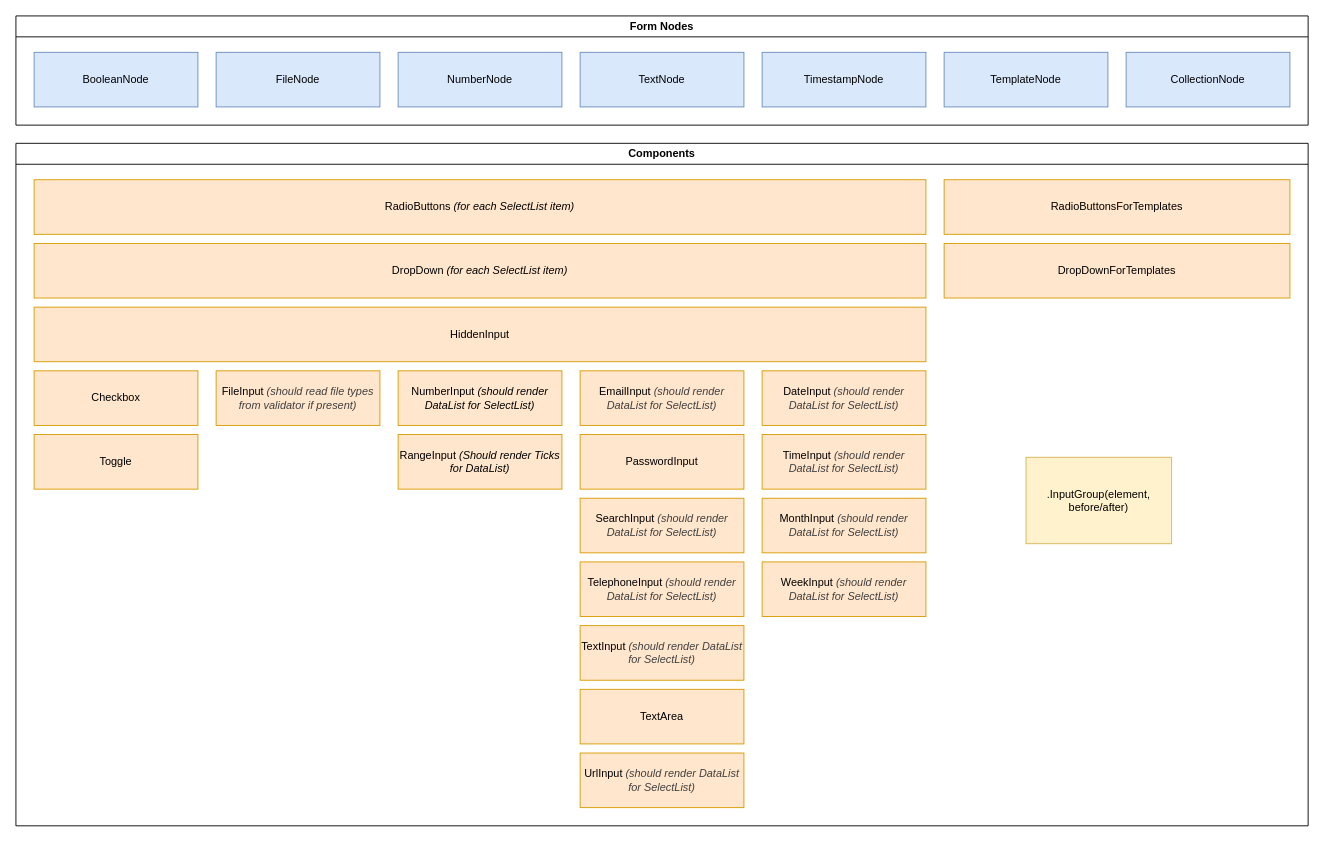
The draw.io diagram doc/forms-concept/ui_components.drawio in RGXStorm281/common, before the edit. Source tidied: cells renumbered, new cells numbered last; positions are measured from the earlier drawing's top-left corner, leaving out a move shared by most shapes. Both pictures are drawn from the tidied source at 91%, with x=0, y=0 at pixel (15, 15).
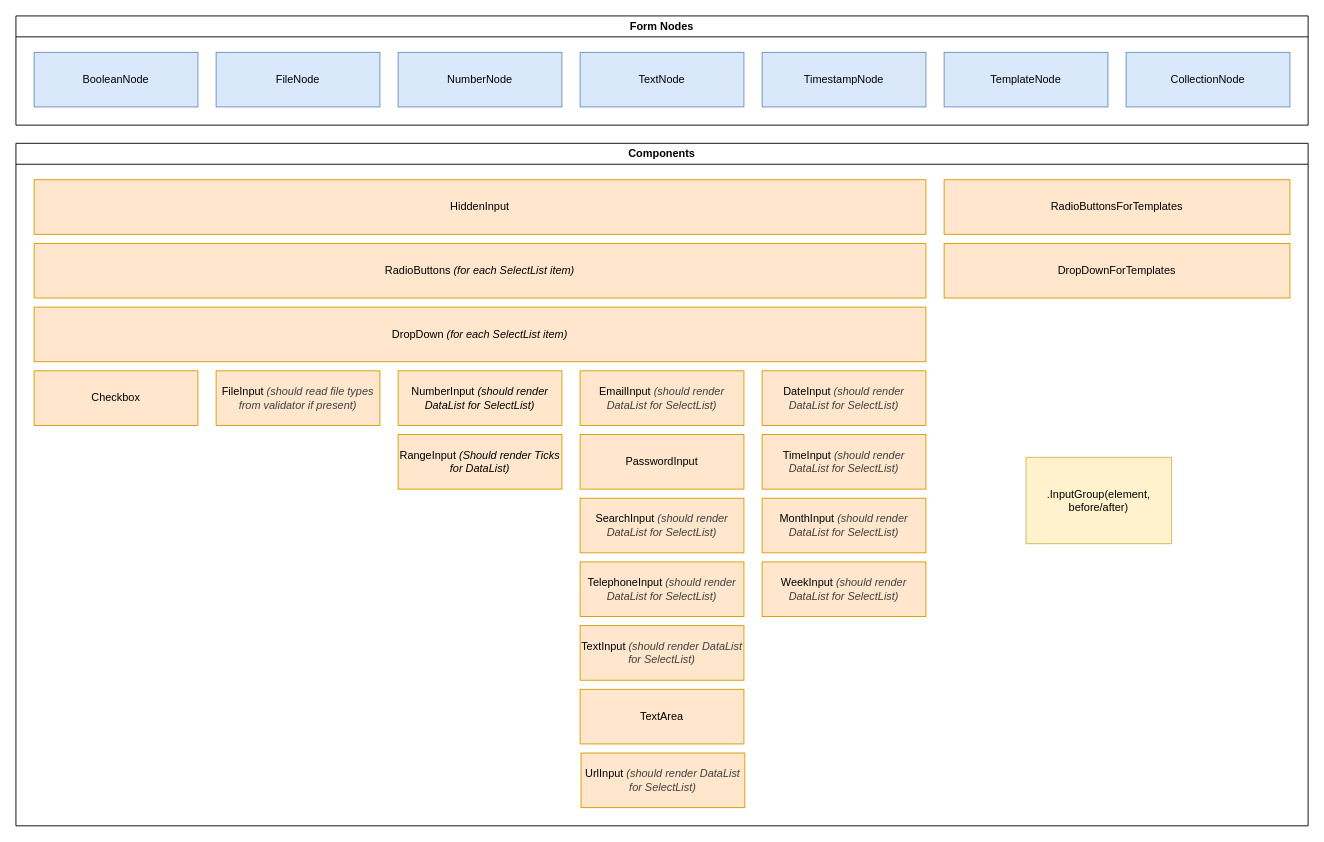
The same page after the edit.

Unchanged cells that the change refers to:
```xml
<mxCell id="10" value="Components" style="swimlane;whiteSpace=wrap;html=1;" parent="1" vertex="1">
  <mxGeometry y="140" width="1420" height="750" as="geometry" />
</mxCell>
```

The edit, as a diff of the source:
```diff
@@
     <mxCell id="11" value="RadioButtons&amp;nbsp;&lt;i&gt;(for each SelectList item)&lt;/i&gt;" style="rounded=0;whiteSpace=wrap;html=1;fillColor=#ffe6cc;strokeColor=#d79b00;" parent="10" vertex="1">
-      <mxGeometry x="20" y="40" width="980" height="60" as="geometry" />
+      <mxGeometry x="20" y="110" width="980" height="60" as="geometry" />
     </mxCell>
@@
     <mxCell id="16" value="HiddenInput" style="rounded=0;whiteSpace=wrap;html=1;strokeColor=#d79b00;align=center;verticalAlign=middle;fontFamily=Helvetica;fontSize=12;fontColor=default;fillColor=#ffe6cc;" parent="10" vertex="1">
-      <mxGeometry x="20" y="180" width="980" height="60" as="geometry" />
+      <mxGeometry x="20" y="40" width="980" height="60" as="geometry" />
     </mxCell>
@@
     <mxCell id="19" value="DropDown&amp;nbsp;&lt;i&gt;(for each SelectList item)&lt;/i&gt;" style="rounded=0;whiteSpace=wrap;html=1;fillColor=#ffe6cc;strokeColor=#d79b00;" parent="10" vertex="1">
-      <mxGeometry x="20" y="110" width="980" height="60" as="geometry" />
+      <mxGeometry x="20" y="180" width="980" height="60" as="geometry" />
     </mxCell>
@@
     <mxCell id="27" value="UrlInput&amp;nbsp;&lt;i style=&quot;scrollbar-color: rgb(226, 226, 226) rgb(251, 251, 251); color: rgb(63, 63, 63);&quot;&gt;(should render DataList for SelectList)&lt;/i&gt;" style="rounded=0;whiteSpace=wrap;html=1;strokeColor=#d79b00;align=center;verticalAlign=middle;fontFamily=Helvetica;fontSize=12;fontColor=default;fillColor=#ffe6cc;" parent="10" vertex="1">
-      <mxGeometry x="620" y="670" width="180" height="60" as="geometry" />
+      <mxGeometry x="621" y="670" width="180" height="60" as="geometry" />
     </mxCell>
@@
-    <mxCell id="31" value="Toggle" style="rounded=0;whiteSpace=wrap;html=1;strokeColor=#d79b00;align=center;verticalAlign=middle;fontFamily=Helvetica;fontSize=12;fontColor=default;fillColor=#ffe6cc;" parent="10" vertex="1">
-      <mxGeometry x="20" y="320" width="180" height="60" as="geometry" />
-    </mxCell>
```
